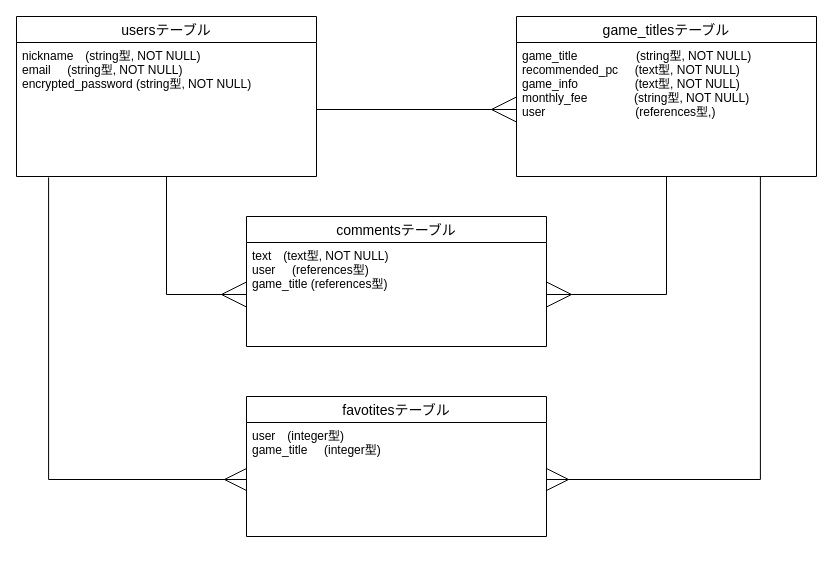
haru0418/game-app keeps this draw.io diagram as game.dio. Above is the earlier version. Source tidied: cells renumbered, new cells numbered last; positions are measured from the earlier drawing's top-left corner, leaving out a move shared by most shapes. Both pictures are drawn from the tidied source at 100%, with x=0, y=0 at pixel (16, 16).
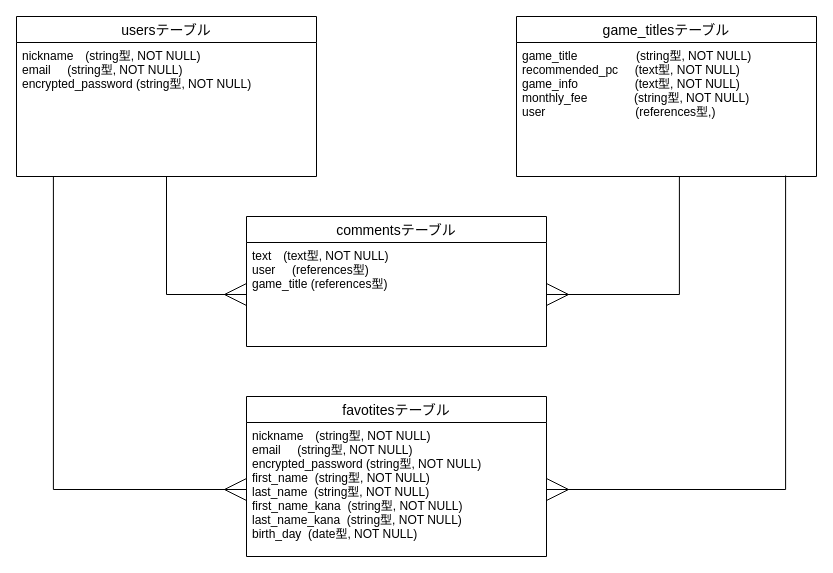
The same page after the edit.

What changed in the source:
```diff
@@
 <mxGraphModel>
   <root>
     <mxCell id="0" />
     <mxCell id="1" parent="0" />
-    <mxCell id="2" style="edgeStyle=orthogonalEdgeStyle;rounded=0;jettySize=auto;html=1;endArrow=ERmany;endFill=0;entryX=0;entryY=0.5;entryDx=0;entryDy=0;jumpSize=10;strokeWidth=1;endSize=23;" parent="1" edge="1" source="3" target="11">
-      <mxGeometry relative="1" as="geometry" />
-    </mxCell>
+    <mxCell id="15" style="edgeStyle=orthogonalEdgeStyle;rounded=0;jumpSize=10;jettySize=auto;html=1;entryX=0;entryY=0.5;entryDx=0;entryDy=0;endArrow=ERmany;endFill=0;endSize=20;strokeWidth=1;" parent="1" edge="1" source="3" target="11">
+      <mxGeometry relative="1" as="geometry" />
+    </mxCell>
     <mxCell id="3" value="usersテーブル" style="swimlane;fontStyle=0;horizontal=1;startSize=26;align=center;fontSize=14;" parent="1" vertex="1">
       <mxGeometry width="300" height="160" as="geometry" />
     </mxCell>
     <mxCell id="4" value="nickname　(string型, NOT NULL)&#10;email     (string型, NOT NULL)&#10;encrypted_password (string型, NOT NULL)&#10;&#10;" style="text;strokeColor=none;fillColor=none;spacingLeft=4;spacingRight=4;overflow=hidden;points=[[0,0.5],[1,0.5]];portConstraint=eastwest;fontSize=12;" parent="3" vertex="1">
       <mxGeometry y="26" width="300" height="134" as="geometry" />
     </mxCell>
-    <mxCell id="5" style="edgeStyle=orthogonalEdgeStyle;rounded=0;jumpSize=10;jettySize=auto;html=1;entryX=1;entryY=0.5;entryDx=0;entryDy=0;endArrow=ERmany;endFill=0;endSize=23;strokeWidth=1;" parent="1" edge="1" source="6" target="11">
-      <mxGeometry relative="1" as="geometry" />
-    </mxCell>
     <mxCell id="6" value="game_titlesテーブル" style="swimlane;fontStyle=0;horizontal=1;startSize=26;align=center;fontSize=14;" parent="1" vertex="1">
       <mxGeometry x="500" width="300" height="160" as="geometry" />
     </mxCell>
     <mxCell id="7" value="game_title　              (string型, NOT NULL)&#10;recommended_pc     (text型, NOT NULL)&#10;game_info                 (text型, NOT NULL)&#10;monthly_fee              (string型, NOT NULL)&#10;user                           (references型,)&#10;" style="text;strokeColor=none;fillColor=none;spacingLeft=4;spacingRight=4;overflow=hidden;points=[[0,0.5],[1,0.5]];portConstraint=eastwest;fontSize=12;" parent="6" vertex="1">
       <mxGeometry y="26" width="300" height="134" as="geometry" />
     </mxCell>
     <mxCell id="8" value="favotitesテーブル" style="swimlane;fontStyle=0;horizontal=1;startSize=26;align=center;fontSize=14;" parent="1" vertex="1">
-      <mxGeometry x="230" y="380" width="300" height="140" as="geometry" />
+      <mxGeometry x="230" y="380" width="300" height="160" as="geometry" />
     </mxCell>
-    <mxCell id="9" value="user　(integer型)&#10;game_title     (integer型)&#10;" style="text;strokeColor=none;fillColor=none;spacingLeft=4;spacingRight=4;overflow=hidden;points=[[0,0.5],[1,0.5]];portConstraint=eastwest;fontSize=12;horizontal=1;" parent="8" vertex="1">
-      <mxGeometry y="26" width="300" height="114" as="geometry" />
+    <mxCell id="9" value="nickname　(string型, NOT NULL)&#10;email     (string型, NOT NULL)&#10;encrypted_password (string型, NOT NULL)&#10;first_name  (string型, NOT NULL)&#10;last_name  (string型, NOT NULL)&#10;first_name_kana  (string型, NOT NULL)&#10;last_name_kana  (string型, NOT NULL)&#10;birth_day  (date型, NOT NULL)&#10;" style="text;strokeColor=none;fillColor=none;spacingLeft=4;spacingRight=4;overflow=hidden;points=[[0,0.5],[1,0.5]];portConstraint=eastwest;fontSize=12;" parent="8" vertex="1">
+      <mxGeometry y="26" width="300" height="134" as="geometry" />
     </mxCell>
     <mxCell id="10" value="commentsテーブル" style="swimlane;fontStyle=0;horizontal=1;startSize=26;align=center;fontSize=14;" parent="1" vertex="1">
       <mxGeometry x="230" y="200" width="300" height="130" as="geometry" />
     </mxCell>
     <mxCell id="11" value="text　(text型, NOT NULL)&#10;user     (references型)&#10;game_title (references型)&#10;&#10;" style="text;strokeColor=none;fillColor=none;spacingLeft=4;spacingRight=4;overflow=hidden;points=[[0,0.5],[1,0.5]];portConstraint=eastwest;fontSize=12;" parent="10" vertex="1">
       <mxGeometry y="26" width="300" height="104" as="geometry" />
     </mxCell>
-    <mxCell id="12" style="edgeStyle=orthogonalEdgeStyle;rounded=0;jumpSize=10;jettySize=auto;html=1;entryX=0;entryY=0.5;entryDx=0;entryDy=0;endArrow=ERmany;endFill=0;endSize=23;strokeWidth=1;" parent="1" edge="1" source="4" target="7">
-      <mxGeometry relative="1" as="geometry" />
-    </mxCell>
-    <mxCell id="13" style="edgeStyle=orthogonalEdgeStyle;rounded=0;jumpSize=10;jettySize=auto;html=1;endArrow=ERmany;endFill=0;endSize=20;strokeWidth=1;exitX=0.107;exitY=1.007;exitDx=0;exitDy=0;exitPerimeter=0;" parent="1" edge="1" source="4" target="9">
-      <mxGeometry relative="1" as="geometry" />
-    </mxCell>
-    <mxCell id="14" style="edgeStyle=orthogonalEdgeStyle;rounded=0;jumpSize=10;jettySize=auto;html=1;endArrow=ERmany;endFill=0;endSize=20;strokeWidth=1;exitX=0.813;exitY=1;exitDx=0;exitDy=0;exitPerimeter=0;" parent="1" edge="1" source="7" target="9">
-      <mxGeometry relative="1" as="geometry" />
-    </mxCell>
+    <mxCell id="16" style="edgeStyle=orthogonalEdgeStyle;rounded=0;jumpSize=10;jettySize=auto;html=1;endArrow=ERmany;endFill=0;endSize=20;strokeWidth=1;exitX=0.543;exitY=1;exitDx=0;exitDy=0;exitPerimeter=0;" parent="1" edge="1" source="7" target="11">
+      <mxGeometry relative="1" as="geometry" />
+    </mxCell>
+    <mxCell id="2" style="edgeStyle=orthogonalEdgeStyle;rounded=0;jumpSize=10;jettySize=auto;html=1;endArrow=ERmany;endFill=0;endSize=20;strokeWidth=1;exitX=0.897;exitY=0.993;exitDx=0;exitDy=0;exitPerimeter=0;" parent="1" edge="1" source="7" target="9">
+      <mxGeometry relative="1" as="geometry" />
+    </mxCell>
+    <mxCell id="5" style="edgeStyle=orthogonalEdgeStyle;rounded=0;jumpSize=10;jettySize=auto;html=1;endArrow=ERmany;endFill=0;endSize=20;strokeWidth=1;exitX=0.123;exitY=1;exitDx=0;exitDy=0;exitPerimeter=0;" parent="1" edge="1" source="4" target="9">
+      <mxGeometry relative="1" as="geometry" />
+    </mxCell>
   </root>
 </mxGraphModel>
```
